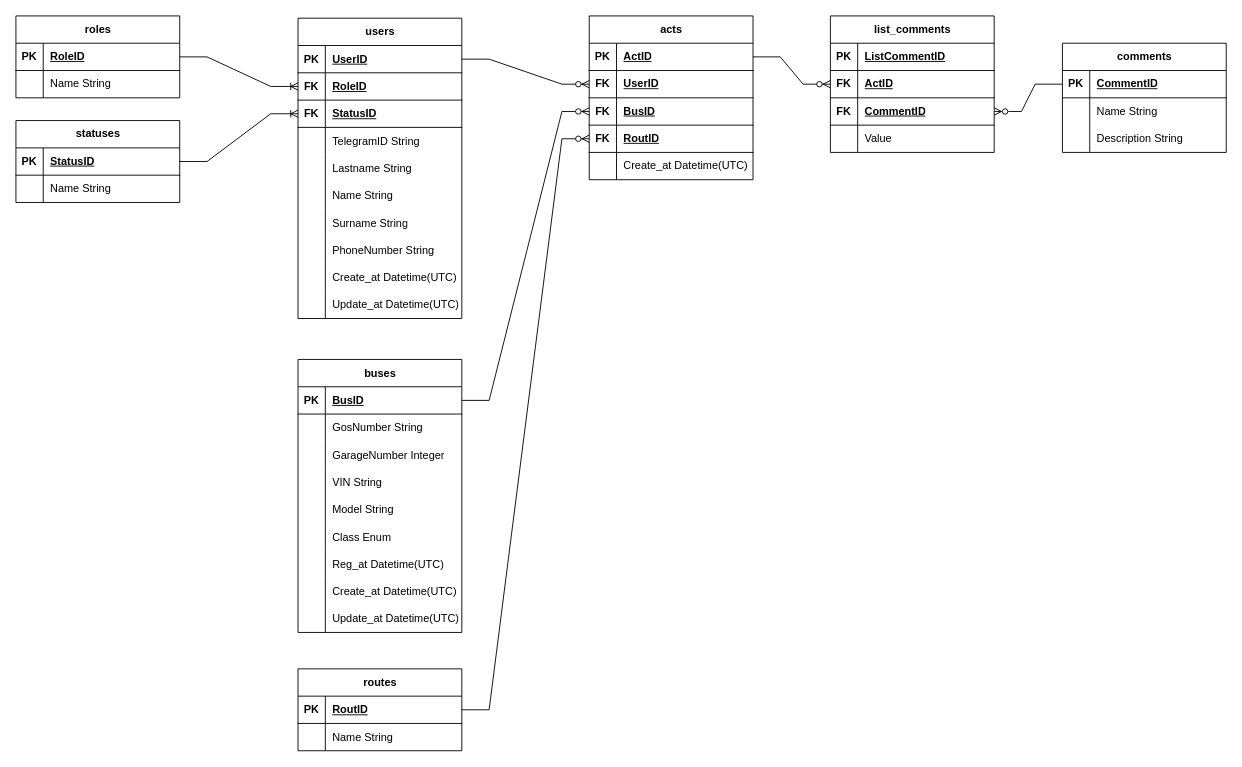
EvgeniiGud/draw keeps this draw.io diagram as Диаграмма без названия.drawio. Above is the earlier version. Source tidied: cells renumbered, new cells numbered last; positions are measured from the earlier drawing's top-left corner, leaving out a move shared by most shapes. Both pictures are drawn from the tidied source at 91%, with x=0, y=0 at pixel (15, 15).
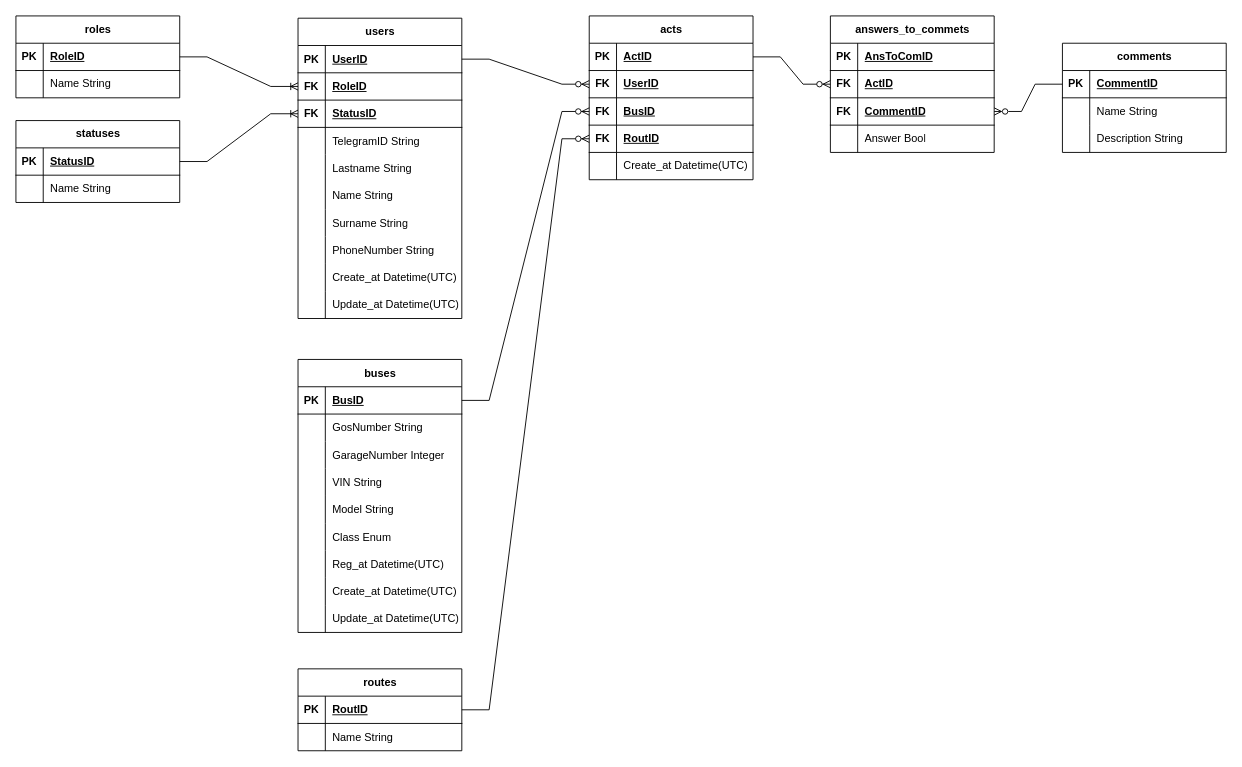
The same page after the edit.

The change refers to these unchanged cells:
```xml
<mxCell id="115" style="shape=tableRow;horizontal=0;startSize=0;swimlaneHead=0;swimlaneBody=0;fillColor=none;top=0;left=0;right=0;bottom=1;" parent="114" vertex="1">
  <mxGeometry y="30" width="180" height="30" as="geometry" />
</mxCell>
<mxCell id="124" style="shape=tableRow;horizontal=0;startSize=0;swimlaneHead=0;swimlaneBody=0;fillColor=none;top=0;left=0;right=0;bottom=0;" parent="114" vertex="1">
  <mxGeometry y="120" width="180" height="30" as="geometry" />
</mxCell>
```

What changed in the source:
```diff
@@
-    <mxCell id="114" value="&lt;div&gt;list_comments&lt;/div&gt;" style="shape=table;startSize=30;childLayout=tableLayout;rowLines=0;fontStyle=1;align=center;html=1;" parent="1" vertex="1">
+    <mxCell id="114" value="answers_to_commets" style="shape=table;startSize=30;childLayout=tableLayout;rowLines=0;fontStyle=1;align=center;html=1;" parent="1" vertex="1">
       <mxGeometry x="895" width="180" height="150" as="geometry" />
     </mxCell>
@@
-    <mxCell id="117" value="ListCommentID" style="shape=partialRectangle;fillColor=none;top=0;left=0;bottom=0;right=0;align=left;spacingLeft=6;fontStyle=5;overflow=hidden;whiteSpace=wrap;html=1;" parent="115" vertex="1">
+    <mxCell id="117" value="AnsToComID" style="shape=partialRectangle;fillColor=none;top=0;left=0;bottom=0;right=0;align=left;spacingLeft=6;fontStyle=5;overflow=hidden;whiteSpace=wrap;html=1;" parent="115" vertex="1">
       <mxGeometry x="30" width="150" height="30" as="geometry" />
     </mxCell>
@@
-    <mxCell id="126" value="Value" style="shape=partialRectangle;fillColor=none;top=0;left=0;bottom=0;right=0;align=left;spacingLeft=6;overflow=hidden;whiteSpace=wrap;html=1;" parent="124" vertex="1">
+    <mxCell id="126" value="Answer Bool" style="shape=partialRectangle;fillColor=none;top=0;left=0;bottom=0;right=0;align=left;spacingLeft=6;overflow=hidden;whiteSpace=wrap;html=1;" parent="124" vertex="1">
       <mxGeometry x="30" width="150" height="30" as="geometry" />
     </mxCell>
```
